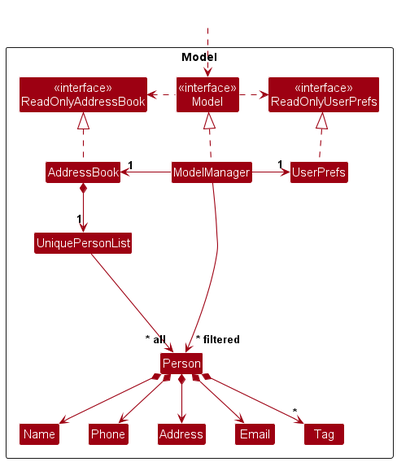
nus-cs2103-AY2425S1/tp keeps this PlantUML diagram as docs/images/ModelClassDiagram.png. Above is the earlier version.
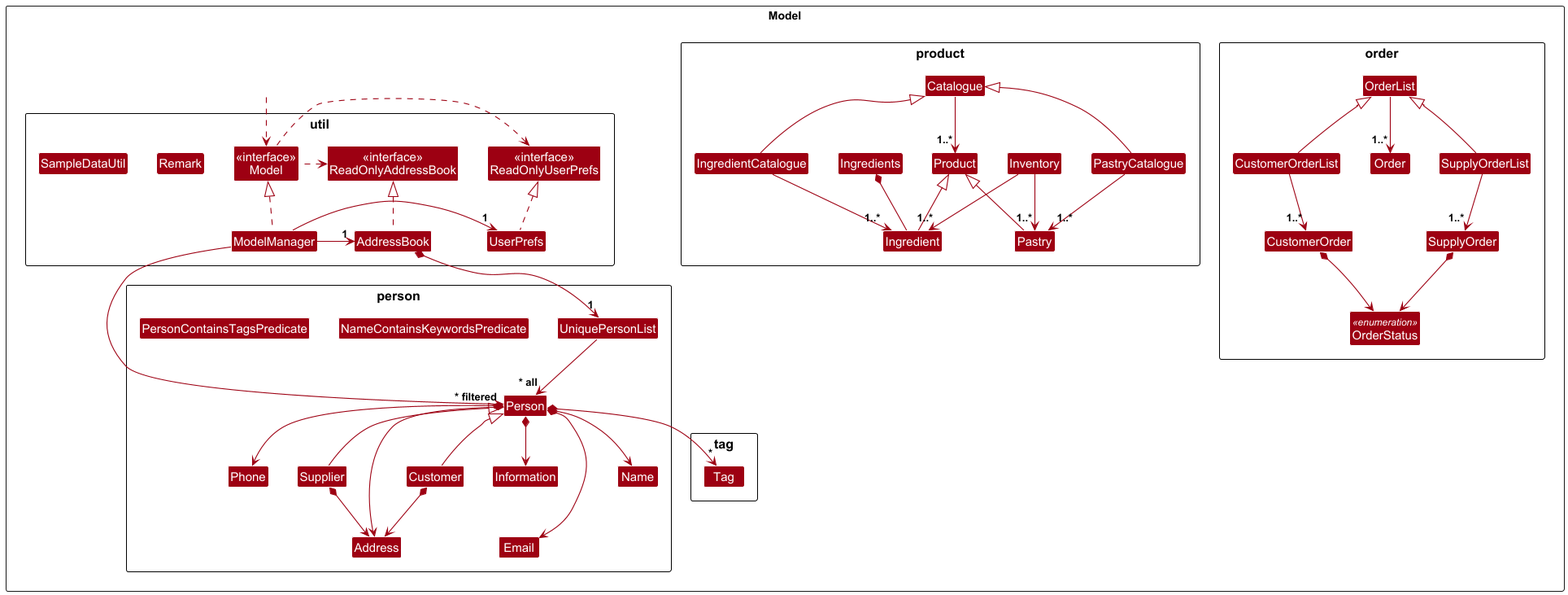
The same file after the commit.

Commit message:
Update Developer Guide to include description of model API component with the uml diagram

What changed in the source:
```diff
@@ -5,25 +5,72 @@
 skinparam classBackgroundColor MODEL_COLOR
 
 Package Model as ModelPackage <<Rectangle>>{
-Class "<<interface>>\nReadOnlyAddressBook" as ReadOnlyAddressBook
-Class "<<interface>>\nReadOnlyUserPrefs" as ReadOnlyUserPrefs
-Class "<<interface>>\nModel" as Model
-Class AddressBook
-Class ModelManager
-Class UserPrefs
+    Package order {
+        Class CustomerOrder
+        Class CustomerOrderList
+        Class Order
+        Class OrderList
+        Class OrderStatus <<enumeration>>
+        Class SupplyOrder
+        Class SupplyOrderList
+    }
 
-Class UniquePersonList
-Class Person
-Class Address
-Class Email
-Class Name
-Class Phone
-Class Tag
+    Package person {
+        Class Address
+        Class Customer
+        Class Email
+        Class Information
+        Class Name
+        Class NameContainsKeywordsPredicate
+        Class Person
+        Class PersonContainsTagsPredicate
+        Class Phone
+        Class Supplier
+        Class UniquePersonList
+    }
 
-Class I #FFFFFF
+    Package product {
+        Class Catalogue
+        Class Ingredient
+        Class IngredientCatalogue
+        Class Ingredients
+        Class Inventory
+        Class Pastry
+        Class PastryCatalogue
+        Class Product
+    }
+
+    Package tag {
+        Class Tag
+    }
+
+    Package util {
+        Class Remark
+        Class SampleDataUtil
+        Class AddressBook
+        Class ModelManager
+        Class UserPrefs
+        Class "<<interface>>\nModel" as Model
+        Class "<<interface>>\nReadOnlyAddressBook" as ReadOnlyAddressBook
+        Class "<<interface>>\nReadOnlyUserPrefs" as ReadOnlyUserPrefs
+    }
+
+    Class I #FFFFFF
+    Class HiddenOutside #FFFFFF
 }
 
-Class HiddenOutside #FFFFFF
+IngredientCatalogue -up-|> Catalogue
+PastryCatalogue -up-|> Catalogue
+Ingredient -up-|> Product
+Pastry -up-|> Product
+
+Inventory --> "1..*" Ingredient
+Inventory --> "1..*" Pastry
+IngredientCatalogue --> "1..*" Ingredient
+PastryCatalogue --> "1..*" Pastry
+Catalogue --> "1..*" Product
+Ingredients *-- Ingredient
+
 HiddenOutside ..> Model
 
 AddressBook .up.|> ReadOnlyAddressBook
@@ -41,14 +88,27 @@
 Person *--> Phone
 Person *--> Email
 Person *--> Address
+Person *--> Information
 Person *--> "*" Tag
+
+CustomerOrderList -up-|> OrderList
+SupplyOrderList -up-|> OrderList
+Customer -up-|> Person
+Supplier -up-|> Person
+
+CustomerOrderList --> "1..*" CustomerOrder
+OrderList --> "1..*" Order
+SupplyOrderList --> "1..*" SupplyOrder
+CustomerOrder *--> OrderStatus
+SupplyOrder *--> OrderStatus
+Customer *--> Address
+Supplier *--> Address
+ModelManager --> "~* filtered" Person
 
 Person -[hidden]up--> I
 UniquePersonList -[hidden]right-> I
-
 Name -[hidden]right-> Phone
 Phone -[hidden]right-> Address
 Address -[hidden]right-> Email
 
-ModelManager --> "~* filtered" Person
 @enduml
```
